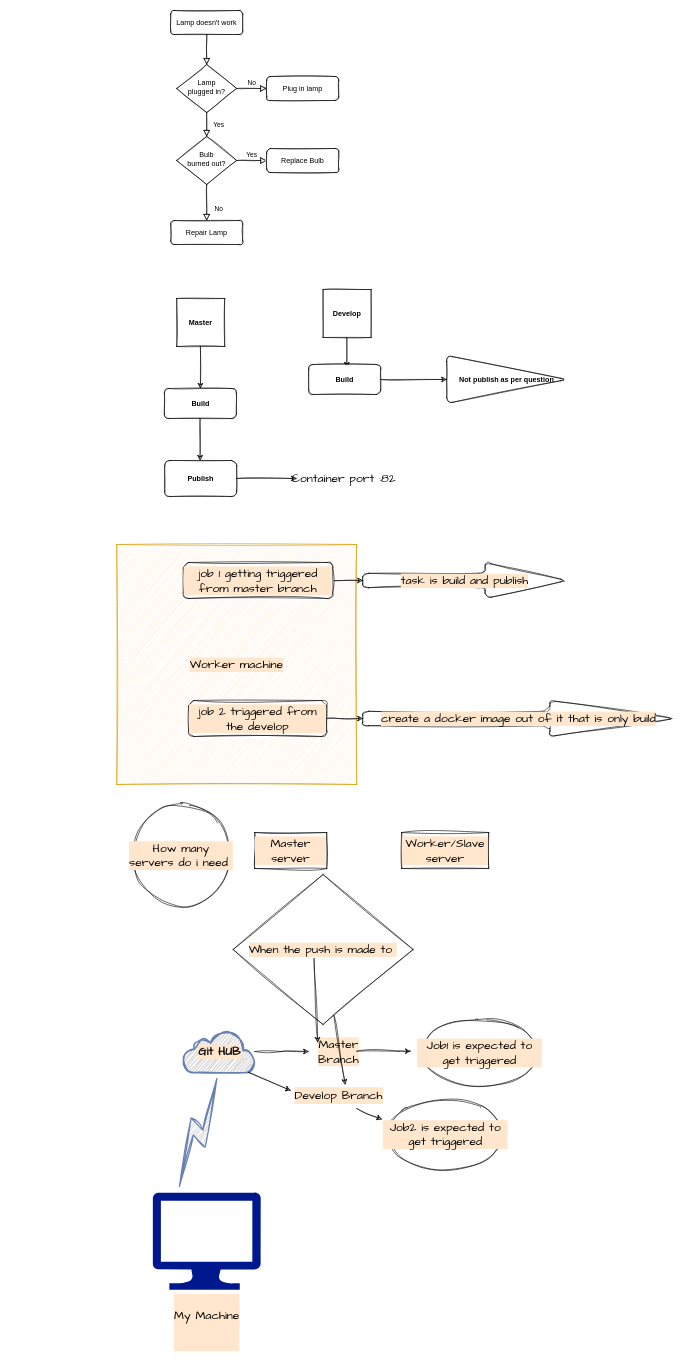
cpy87/gitpracs keeps this draw.io diagram as Untitled Diagram.drawio. Above is the earlier version. Source tidied: cells renumbered, new cells numbered last; positions are measured from the earlier drawing's top-left corner, leaving out a move shared by most shapes. Both pictures are drawn from the tidied source at 60%, with x=0, y=0 at pixel (21, 10).
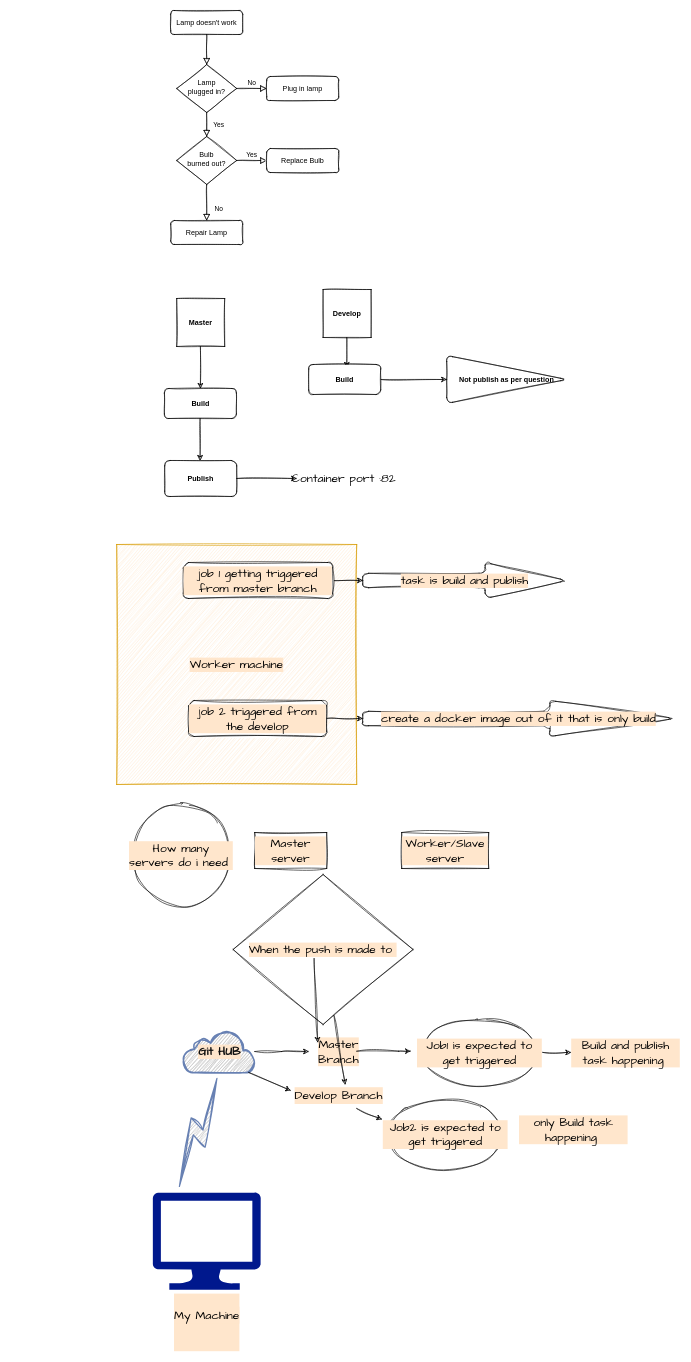
After the change.

Commit message:
cp jenkins casestudy

The change refers to these unchanged cells:
```xml
<mxCell id="42" value="Job1 is expected to get triggered" style="ellipse;whiteSpace=wrap;html=1;labelBackgroundColor=#FFE6CC;sketch=1;hachureGap=4;jiggle=2;fontFamily=Architects Daughter;fontSize=20;fontColor=#000000;" parent="1" vertex="1">
  <mxGeometry x="659" y="1674" width="210" height="125" as="geometry" />
</mxCell>
```

What changed in the source:
```diff
@@
+    <mxCell id="49" style="edgeStyle=orthogonalEdgeStyle;rounded=0;sketch=1;hachureGap=4;jiggle=2;jettySize=auto;html=1;fontFamily=Architects Daughter;fontSize=16;fontColor=#000000;" parent="1" edge="1" source="42" target="50">
+      <mxGeometry relative="1" as="geometry" />
+    </mxCell>
@@
+    <mxCell id="50" value="Build and publish task happening&amp;nbsp;" style="text;html=1;strokeColor=none;fillColor=none;align=center;verticalAlign=middle;whiteSpace=wrap;rounded=0;labelBackgroundColor=#FFE6CC;sketch=1;hachureGap=4;jiggle=2;fontFamily=Architects Daughter;fontSize=20;fontColor=#000000;" parent="1" vertex="1">
+      <mxGeometry x="916" y="1721.5" width="183" height="30" as="geometry" />
+    </mxCell>
+    <mxCell id="51" value="only Build task happening&amp;nbsp;" style="text;html=1;strokeColor=none;fillColor=none;align=center;verticalAlign=middle;whiteSpace=wrap;rounded=0;labelBackgroundColor=#FFE6CC;sketch=1;hachureGap=4;jiggle=2;fontFamily=Architects Daughter;fontSize=20;fontColor=#000000;" parent="1" vertex="1">
+      <mxGeometry x="829" y="1850" width="183" height="30" as="geometry" />
+    </mxCell>
```
